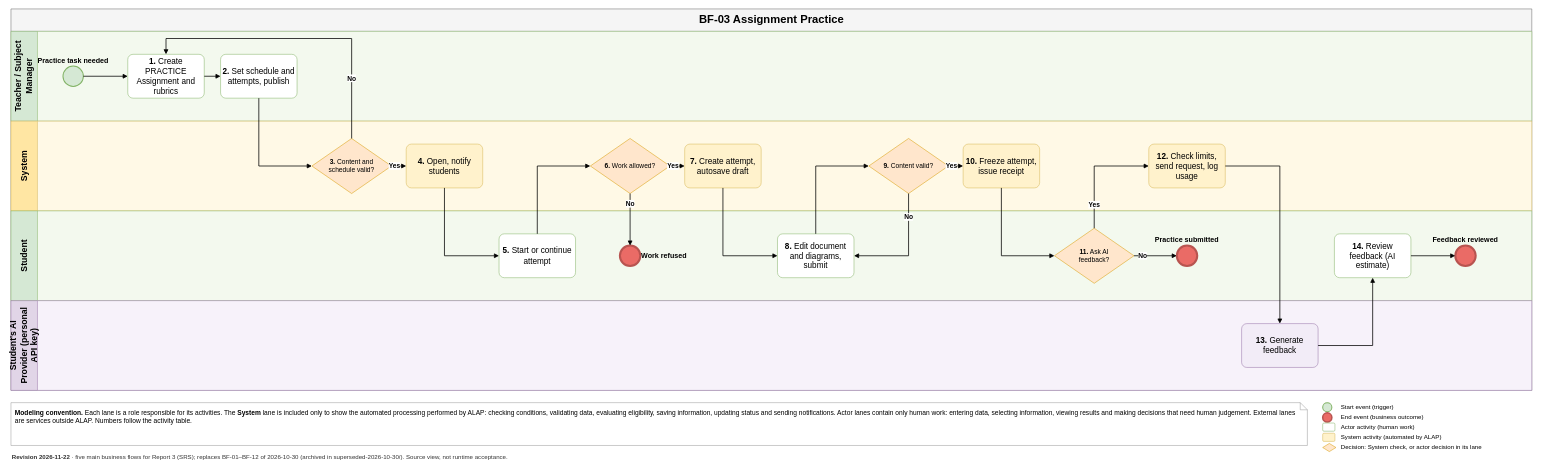
This is aidlc-docs/inception/main-business-flows/BF-03-Assignment-Practice.drawio from hygef-v4/AI-Powered-Learning-Platform, a draw.io file, before an edit. Source tidied: cells renumbered, new cells numbered last; positions are measured from the earlier drawing's top-left corner, leaving out a move shared by most shapes. Both pictures are drawn from the tidied source at 51%, with x=0, y=0 at pixel (11, 9).
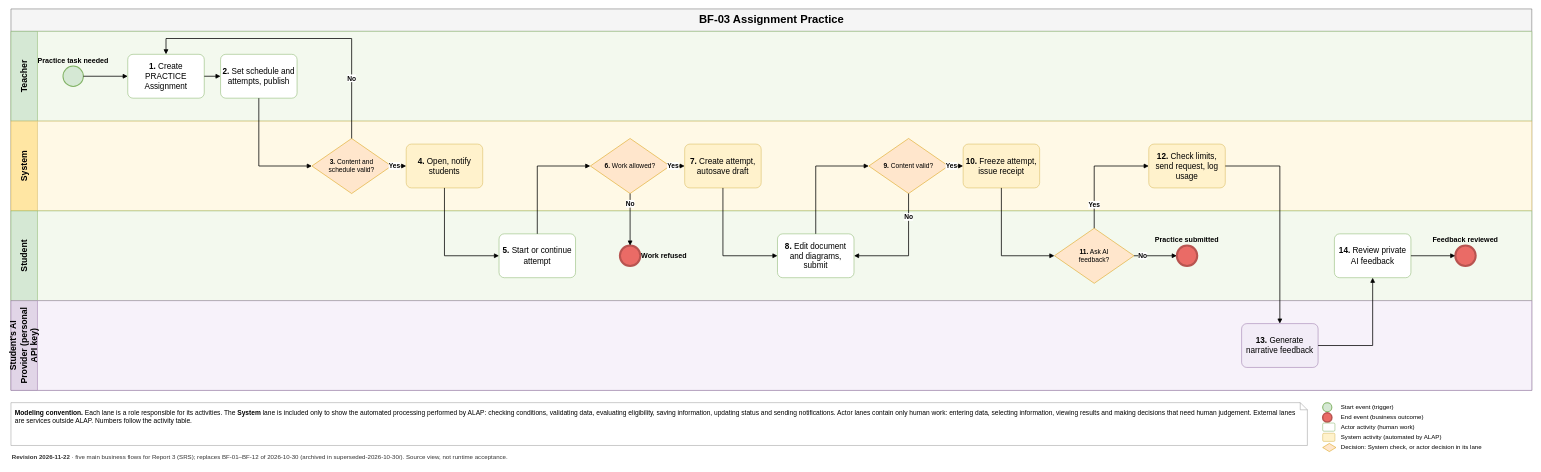
The same page after the edit.

Unchanged cells that the change refers to:
```xml
<mxCell id="2" value="BF-03 Assignment Practice" style="swimlane;horizontal=1;startSize=44;html=1;fontSize=22;fontStyle=1;align=center;verticalAlign=middle;fillColor=#F5F5F5;strokeColor=#666666;" parent="1" vertex="1">
  <mxGeometry width="2982" height="748" as="geometry" />
</mxCell>
<mxCell id="5" value="Student" style="swimlane;startSize=52;horizontal=0;html=1;whiteSpace=wrap;fillColor=#D5E8D4;swimlaneFillColor=#F3F9EE;strokeColor=#82B366;fontSize=17;fontStyle=1;align=center;verticalAlign=middle;spacing=4;" parent="2" vertex="1">
  <mxGeometry y="396" width="2982" height="176" as="geometry" />
</mxCell>
<mxCell id="6" value="Student's AI Provider (personal API key)" style="swimlane;startSize=52;horizontal=0;html=1;whiteSpace=wrap;fillColor=#E1D5E7;swimlaneFillColor=#F7F2FA;strokeColor=#9673A6;fontSize=17;fontStyle=1;align=center;verticalAlign=middle;spacing=4;" parent="2" vertex="1">
  <mxGeometry y="572" width="2982" height="176" as="geometry" />
</mxCell>
```

The edit, as a diff of the source:
```diff
@@
-    <mxCell id="3" value="Teacher / Subject Manager" style="swimlane;startSize=52;horizontal=0;html=1;whiteSpace=wrap;fillColor=#D5E8D4;swimlaneFillColor=#F3F9EE;strokeColor=#82B366;fontSize=17;fontStyle=1;align=center;verticalAlign=middle;spacing=4;" parent="2" vertex="1">
+    <mxCell id="3" value="Teacher" style="swimlane;startSize=52;horizontal=0;html=1;whiteSpace=wrap;fillColor=#D5E8D4;swimlaneFillColor=#F3F9EE;strokeColor=#82B366;fontSize=17;fontStyle=1;align=center;verticalAlign=middle;spacing=4;" parent="2" vertex="1">
       <mxGeometry y="44" width="2982" height="176" as="geometry" />
     </mxCell>
@@
-    <mxCell id="8" value="&lt;b&gt;1.&lt;/b&gt; Create PRACTICE Assignment and rubrics" style="rounded=1;whiteSpace=wrap;html=1;fillColor=#FFFFFF;strokeColor=#82B366;fontSize=16;spacing=4;arcSize=12;" parent="3" vertex="1">
+    <mxCell id="8" value="&lt;b&gt;1.&lt;/b&gt; Create PRACTICE Assignment" style="rounded=1;whiteSpace=wrap;html=1;fillColor=#FFFFFF;strokeColor=#82B366;fontSize=16;spacing=4;arcSize=12;" parent="3" vertex="1">
       <mxGeometry x="229" y="45" width="150" height="86" as="geometry" />
     </mxCell>
@@
-    <mxCell id="22" value="&lt;b&gt;13.&lt;/b&gt; Generate feedback" style="rounded=1;whiteSpace=wrap;html=1;fillColor=#F2ECF7;strokeColor=#9673A6;fontSize=16;spacing=4;arcSize=12;" parent="6" vertex="1">
+    <mxCell id="22" value="&lt;b&gt;13.&lt;/b&gt; Generate narrative feedback" style="rounded=1;whiteSpace=wrap;html=1;fillColor=#F2ECF7;strokeColor=#9673A6;fontSize=16;spacing=4;arcSize=12;" parent="6" vertex="1">
       <mxGeometry x="2413" y="45" width="150" height="86" as="geometry" />
     </mxCell>
-    <mxCell id="23" value="&lt;b&gt;14.&lt;/b&gt; Review feedback (AI estimate)" style="rounded=1;whiteSpace=wrap;html=1;fillColor=#FFFFFF;strokeColor=#82B366;fontSize=16;spacing=4;arcSize=12;" parent="5" vertex="1">
+    <mxCell id="23" value="&lt;b&gt;14.&lt;/b&gt; Review private AI feedback" style="rounded=1;whiteSpace=wrap;html=1;fillColor=#FFFFFF;strokeColor=#82B366;fontSize=16;spacing=4;arcSize=12;" parent="5" vertex="1">
       <mxGeometry x="2595" y="45" width="150" height="86" as="geometry" />
     </mxCell>
```
